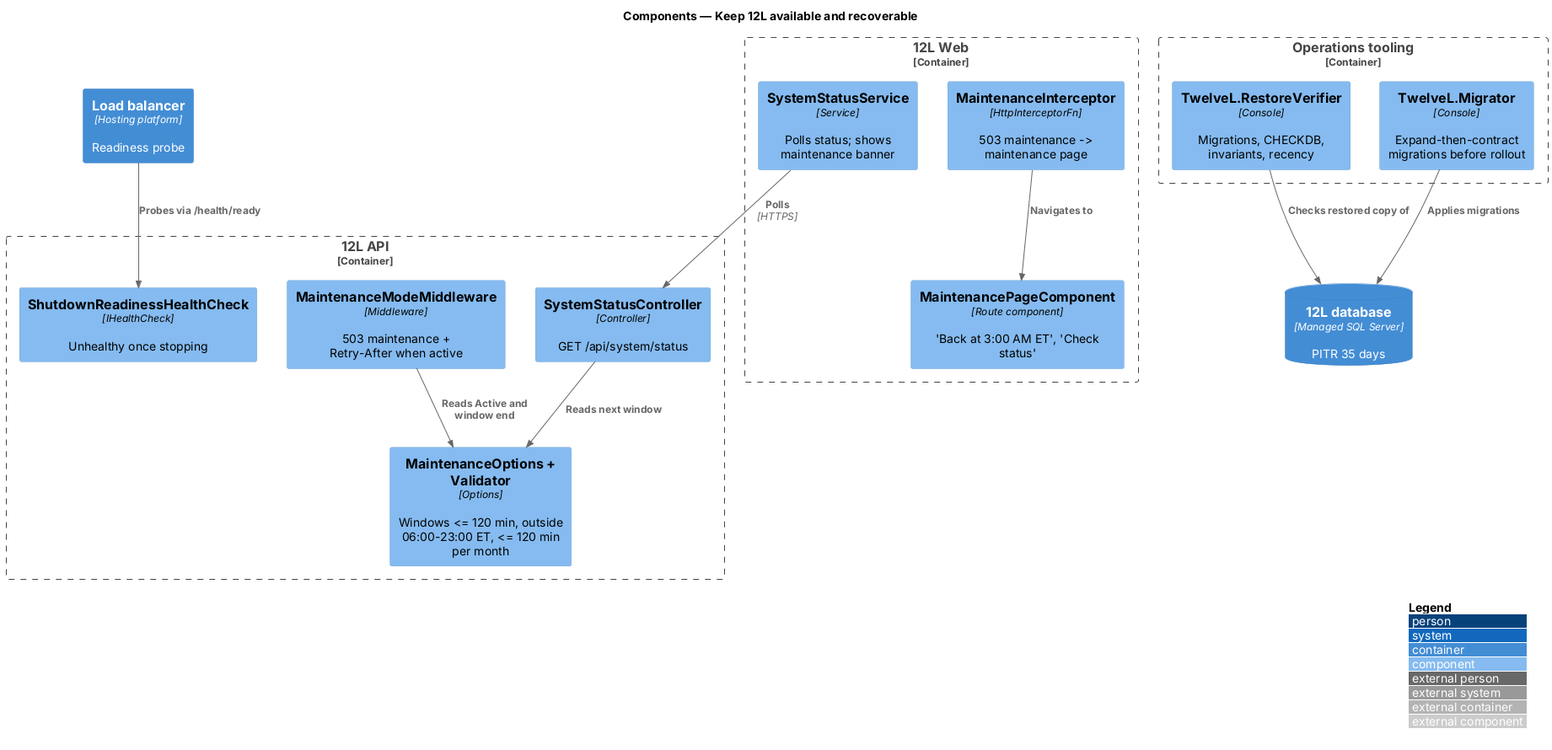
Earlier version of the PlantUML export docs/detailed-designs/platform/keep-available-and-recoverable/diagrams/c4-component.png (QuinntyneBrown/sycapooke).
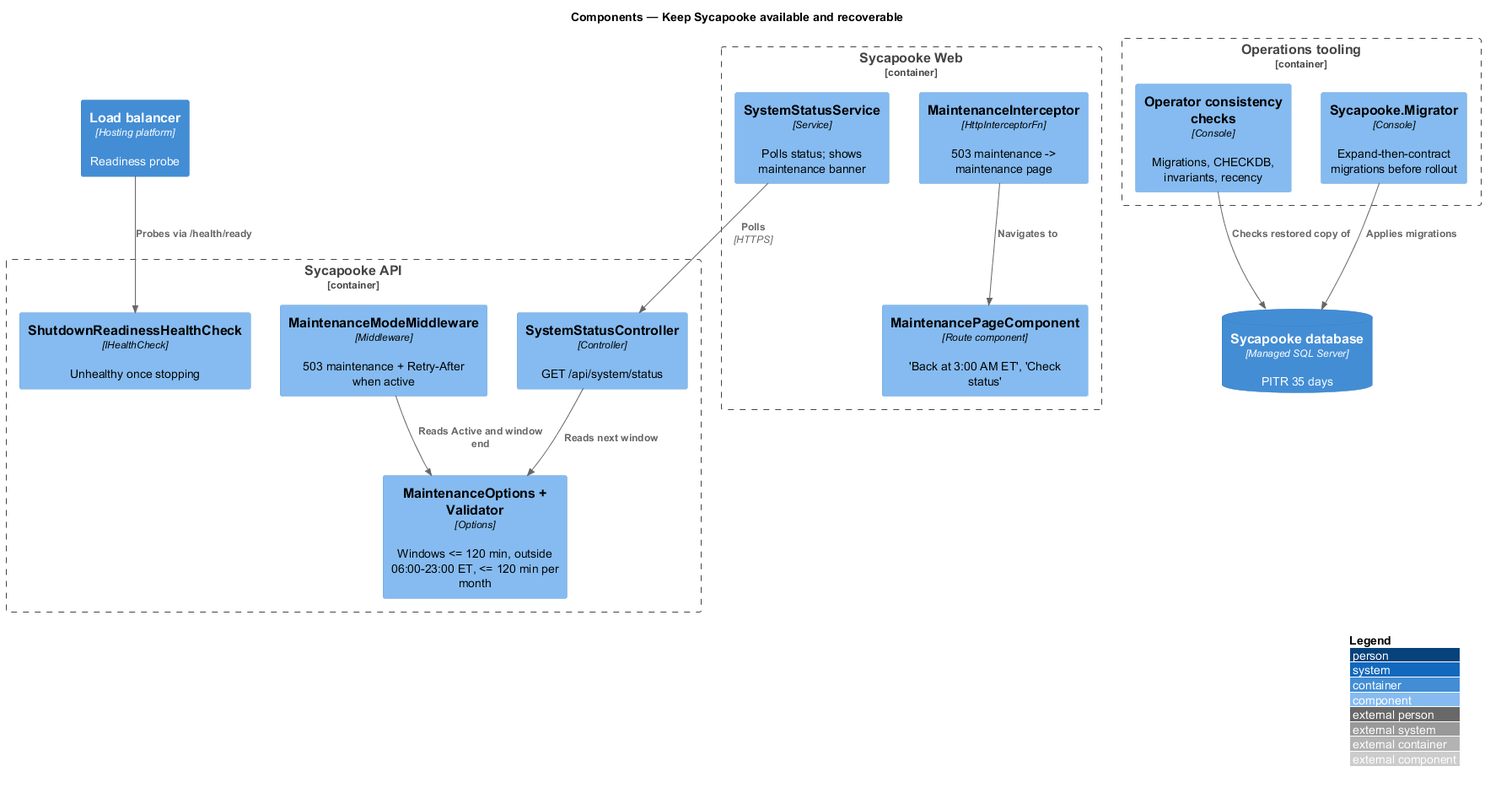
After the commit.

The edit, as a diff of the source:
```diff
@@ -1,25 +1,25 @@
 @startuml
 !include <C4/C4_Component>
 LAYOUT_WITH_LEGEND()
-title Components — Keep 12L available and recoverable
+title Components — Keep Sycapooke available and recoverable
 
-Container_Boundary(web, "12L Web") {
+Container_Boundary(web, "Sycapooke Web") {
   Component(status, "SystemStatusService", "Service", "Polls status; shows maintenance banner")
   Component(mint, "MaintenanceInterceptor", "HttpInterceptorFn", "503 maintenance -> maintenance page")
   Component(mpage, "MaintenancePageComponent", "Route component", "'Back at 3:00 AM ET', 'Check status'")
 }
-Container_Boundary(api, "12L API") {
+Container_Boundary(api, "Sycapooke API") {
   Component(statusctrl, "SystemStatusController", "Controller", "GET /api/system/status")
   Component(mmw, "MaintenanceModeMiddleware", "Middleware", "503 maintenance + Retry-After when active")
   Component(mopts, "MaintenanceOptions + Validator", "Options", "Windows <= 120 min, outside 06:00-23:00 ET, <= 120 min per month")
   Component(shutdown, "ShutdownReadinessHealthCheck", "IHealthCheck", "Unhealthy once stopping")
 }
 Container_Boundary(ops, "Operations tooling") {
-  Component(verifier, "TwelveL.RestoreVerifier", "Console", "Migrations, CHECKDB, invariants, recency")
-  Component(migrator, "TwelveL.Migrator", "Console", "Expand-then-contract migrations before rollout")
+  Component(verifier, "Operator consistency checks", "Console", "Migrations, CHECKDB, invariants, recency")
+  Component(migrator, "Sycapooke.Migrator", "Console", "Expand-then-contract migrations before rollout")
 }
 Container(lb, "Load balancer", "Hosting platform", "Readiness probe")
-ContainerDb(db, "12L database", "Managed SQL Server", "PITR 35 days")
+ContainerDb(db, "Sycapooke database", "Managed SQL Server", "PITR 35 days")
 
 Rel(status, statusctrl, "Polls", "HTTPS")
 Rel(mint, mpage, "Navigates to")
```
